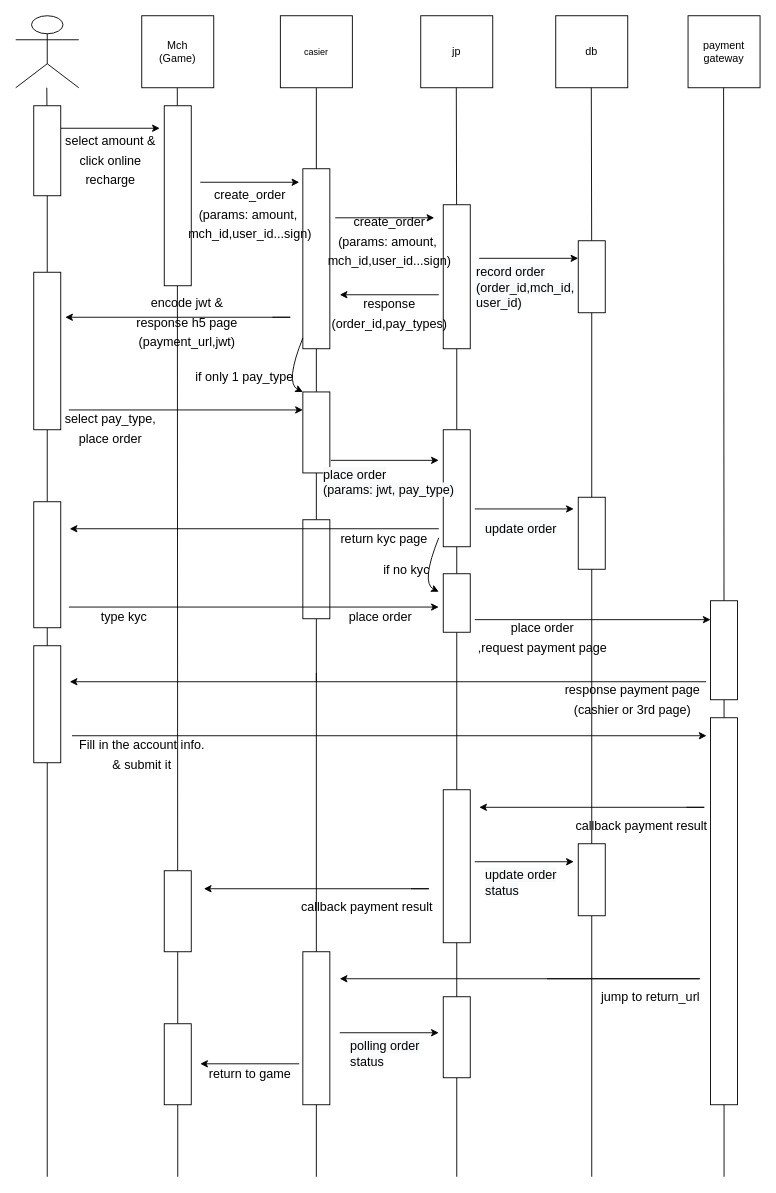
Earlier version of the draw.io diagram page "cashier" (2 of 4) of pay_glo.drawio (ppudding5566/test5566). Source tidied: cells renumbered, new cells numbered last; positions are measured from the earlier drawing's top-left corner, leaving out a move shared by most shapes. Both pictures are drawn from the tidied source at 90%, with x=0, y=0 at pixel (15, 15).
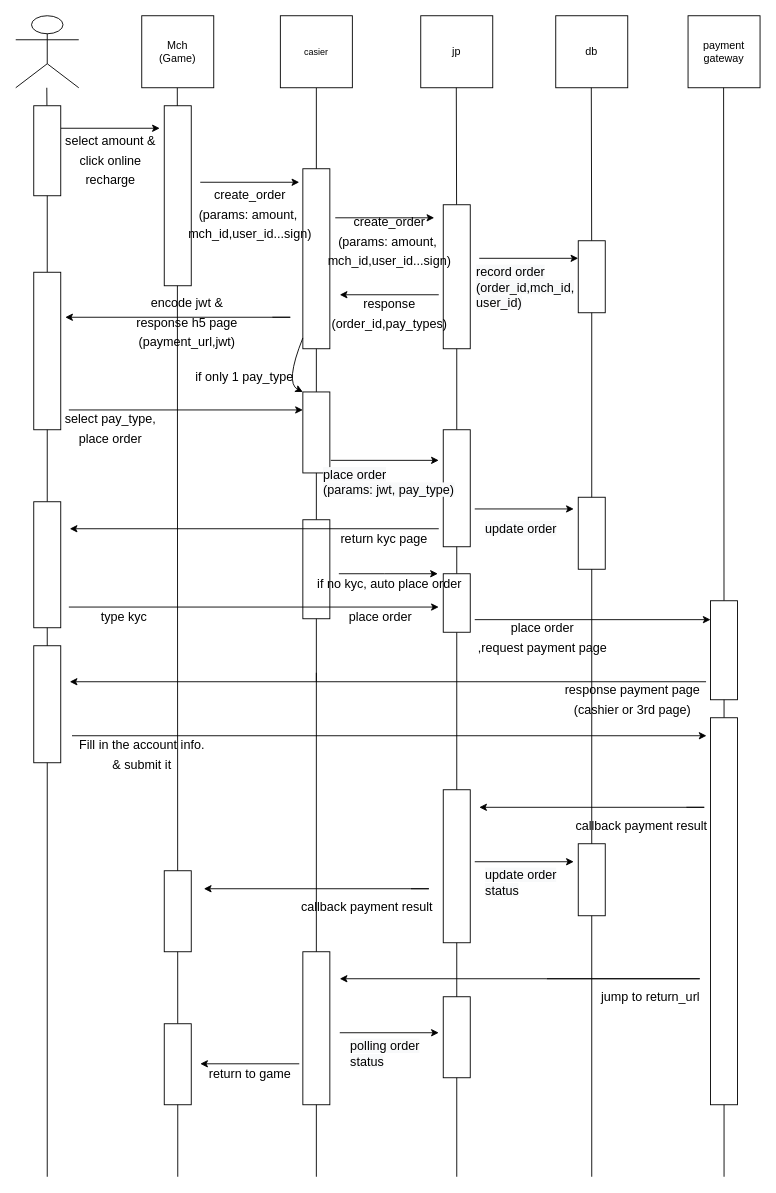
The same diagram, later.

What changed in the source:
```diff
@@
-    <mxCell id="94" style="curved=1;endArrow=classic;html=1;rounded=0;" parent="1" edge="1">
-      <mxGeometry relative="1" as="geometry">
-        <mxPoint x="470" y="580" as="sourcePoint" />
-        <mxPoint x="470" y="640" as="targetPoint" />
-        <Array as="points">
-          <mxPoint x="470" y="580" />
-          <mxPoint x="450" y="630" />
-        </Array>
-      </mxGeometry>
-    </mxCell>
-    <mxCell id="95" value="&lt;font style=&quot;font-size: 14px;&quot;&gt;if no kyc&lt;br&gt;&lt;/font&gt;" style="text;html=1;align=center;verticalAlign=middle;fillColor=none;strokeColor=none;rounded=0;fontSize=18;" parent="1" vertex="1">
-      <mxGeometry x="399" y="595" width="70" height="40" as="geometry" />
+    <mxCell id="95" value="&lt;font style=&quot;font-size: 14px;&quot;&gt;if no kyc, auto place order&lt;br&gt;&lt;/font&gt;" style="text;html=1;align=center;verticalAlign=middle;fillColor=none;strokeColor=none;rounded=0;fontSize=18;" parent="1" vertex="1">
+      <mxGeometry x="325" y="610" width="180" height="40" as="geometry" />
     </mxCell>
@@
+    <mxCell id="97" style="edgeStyle=none;rounded=0;orthogonalLoop=1;jettySize=auto;html=1;exitX=1;exitY=0.25;exitDx=0;exitDy=0;" parent="1" edge="1">
+      <mxGeometry relative="1" as="geometry">
+        <mxPoint x="359" y="620" as="sourcePoint" />
+        <mxPoint x="469" y="620" as="targetPoint" />
+        <Array as="points">
+          <mxPoint x="410" y="620" />
+        </Array>
+      </mxGeometry>
+    </mxCell>
```
